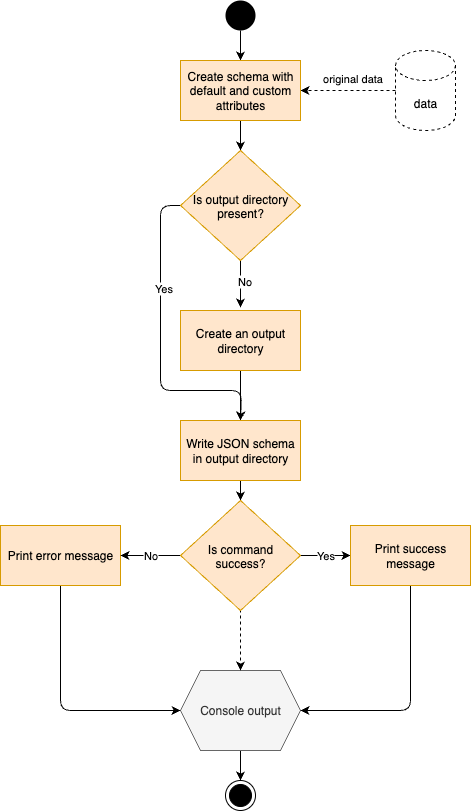
This is dim/documentation/source/_static/swa/dynamic/schema.drawio.png from esrlabs/dox, a draw.io export, as it was before one commit. Source tidied: cells renumbered, new cells last; positions are measured from the earlier drawing's top-left corner, leaving out a move shared by most shapes.
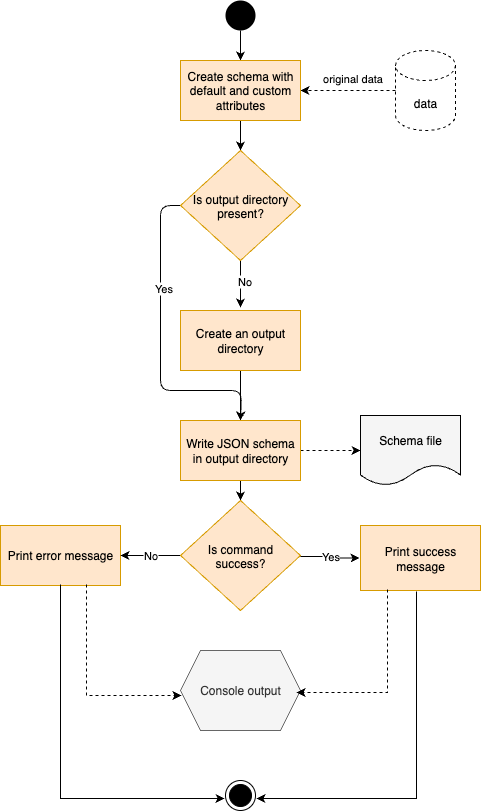
The same file after the commit.

Commit message:
Add schema files element in diagram

What changed in the source:
```diff
@@ -51,18 +51,9 @@
     <mxCell id="14" value="Is output directory&#10;present?" style="rhombus;fillColor=#ffe6cc;strokeColor=#d79b00;rounded=0;fontStyle=0;" parent="1" vertex="1">
       <mxGeometry x="180" y="150" width="120" height="110" as="geometry" />
     </mxCell>
-    <mxCell id="15" style="edgeStyle=orthogonalEdgeStyle;rounded=0;jettySize=auto;html=1;entryX=0.5;entryY=0;entryDx=0;entryDy=0;" parent="1" edge="1" source="16" target="4">
-      <mxGeometry relative="1" as="geometry" />
-    </mxCell>
     <mxCell id="16" value="Console output" style="shape=hexagon;perimeter=hexagonPerimeter2;whiteSpace=wrap;html=1;fixedSize=1;fillColor=#f5f5f5;fontColor=#333333;strokeColor=#666666;" parent="1" vertex="1">
-      <mxGeometry x="180" y="670" width="120" height="80" as="geometry" />
+      <mxGeometry x="180" y="650" width="120" height="80" as="geometry" />
     </mxCell>
-    <mxCell id="17" style="edgeStyle=orthogonalEdgeStyle;rounded=0;jettySize=auto;html=1;dashed=1;" parent="1" edge="1" source="19" target="16">
-      <mxGeometry relative="1" as="geometry" />
-    </mxCell>
-    <mxCell id="18" style="edgeStyle=orthogonalEdgeStyle;rounded=1;jettySize=auto;html=1;exitX=0.5;exitY=1;exitDx=0;exitDy=0;entryX=0;entryY=0.5;entryDx=0;entryDy=0;curved=0;" parent="1" edge="1" source="19" target="16">
-      <mxGeometry relative="1" as="geometry" />
-    </mxCell>
     <mxCell id="19" value="Print error message" style="rounded=0;whiteSpace=wrap;html=1;fillColor=#ffe6cc;strokeColor=#d79b00;fontStyle=0;" parent="1" vertex="1">
       <mxGeometry y="525" width="120" height="60" as="geometry" />
     </mxCell>
@@ -77,23 +68,42 @@
     <mxCell id="22" style="edgeStyle=orthogonalEdgeStyle;rounded=0;jettySize=auto;html=1;exitX=0.5;exitY=1;exitDx=0;exitDy=0;entryX=0.5;entryY=0;entryDx=0;entryDy=0;" parent="1" edge="1" source="23" target="26">
       <mxGeometry relative="1" as="geometry" />
     </mxCell>
+    <mxCell id="29" style="edgeStyle=orthogonalEdgeStyle;rounded=0;jettySize=auto;html=1;exitX=1;exitY=0.5;exitDx=0;exitDy=0;entryX=0;entryY=0.5;entryDx=0;entryDy=0;dashed=1;" parent="1" edge="1" source="23" target="30">
+      <mxGeometry relative="1" as="geometry" />
+    </mxCell>
     <mxCell id="23" value="Write JSON schema in output directory" style="rounded=0;whiteSpace=wrap;html=1;fillColor=#ffe6cc;strokeColor=#d79b00;fontStyle=0;" parent="1" vertex="1">
       <mxGeometry x="180" y="420" width="120" height="60" as="geometry" />
     </mxCell>
     <mxCell id="24" value="No" style="edgeStyle=orthogonalEdgeStyle;rounded=0;jettySize=auto;html=1;exitX=0;exitY=0.5;exitDx=0;exitDy=0;entryX=1;entryY=0.5;entryDx=0;entryDy=0;" parent="1" edge="1" source="26" target="19">
       <mxGeometry relative="1" as="geometry" />
     </mxCell>
-    <mxCell id="25" value="Yes" style="edgeStyle=orthogonalEdgeStyle;rounded=0;jettySize=auto;html=1;exitX=1;exitY=0.5;exitDx=0;exitDy=0;entryX=0;entryY=0.5;entryDx=0;entryDy=0;" parent="1" edge="1" source="26" target="28">
+    <mxCell id="25" value="Yes" style="edgeStyle=orthogonalEdgeStyle;rounded=0;jettySize=auto;html=1;exitX=1;exitY=0.509;exitDx=0;exitDy=0;entryX=-0.008;entryY=0.5;entryDx=0;entryDy=0;exitPerimeter=0;entryPerimeter=0;" parent="1" edge="1" source="26" target="28">
       <mxGeometry relative="1" as="geometry" />
     </mxCell>
     <mxCell id="26" value="Is command&#10;success?" style="rhombus;fillColor=#ffe6cc;strokeColor=#d79b00;rounded=0;fontStyle=0;" parent="1" vertex="1">
       <mxGeometry x="180" y="500" width="120" height="110" as="geometry" />
     </mxCell>
+    <mxCell id="28" value="Print success message" style="rounded=0;whiteSpace=wrap;html=1;fillColor=#ffe6cc;strokeColor=#d79b00;fontStyle=0;" parent="1" vertex="1">
+      <mxGeometry x="360" y="525" width="120" height="65" as="geometry" />
+    </mxCell>
+    <mxCell id="30" value="Schema file" style="shape=document;whiteSpace=wrap;html=1;boundedLbl=1;fillColor=light-dark(#f5f5f5, #ededed);" parent="1" vertex="1">
+      <mxGeometry x="360" y="415" width="100" height="70" as="geometry" />
+    </mxCell>
+    <mxCell id="31" style="edgeStyle=orthogonalEdgeStyle;rounded=0;jettySize=auto;html=1;entryX=1.033;entryY=0.6;entryDx=0;entryDy=0;entryPerimeter=0;exitX=0.467;exitY=1.015;exitDx=0;exitDy=0;exitPerimeter=0;" parent="1" edge="1" source="28" target="4">
+      <mxGeometry relative="1" as="geometry" />
+    </mxCell>
+    <mxCell id="32" style="edgeStyle=orthogonalEdgeStyle;rounded=0;jettySize=auto;html=1;entryX=-0.033;entryY=0.6;entryDx=0;entryDy=0;entryPerimeter=0;exitX=0.5;exitY=0.983;exitDx=0;exitDy=0;exitPerimeter=0;" parent="1" edge="1" source="19" target="4">
+      <mxGeometry relative="1" as="geometry" />
+    </mxCell>
+    <mxCell id="33" style="edgeStyle=orthogonalEdgeStyle;rounded=0;jettySize=auto;html=1;entryX=0.008;entryY=0.563;entryDx=0;entryDy=0;entryPerimeter=0;exitX=0.717;exitY=0.983;exitDx=0;exitDy=0;exitPerimeter=0;dashed=1;" parent="1" edge="1" source="19" target="16">
+      <mxGeometry relative="1" as="geometry" />
+    </mxCell>
-    <mxCell id="27" style="edgeStyle=orthogonalEdgeStyle;rounded=1;jettySize=auto;html=1;exitX=0.5;exitY=1;exitDx=0;exitDy=0;entryX=1;entryY=0.5;entryDx=0;entryDy=0;curved=0;" parent="1" edge="1" source="28" target="16">
-      <mxGeometry relative="1" as="geometry" />
+    <mxCell id="27" style="edgeStyle=orthogonalEdgeStyle;rounded=0;jettySize=auto;html=1;entryX=0.967;entryY=0.525;entryDx=0;entryDy=0;entryPerimeter=0;exitX=0.225;exitY=0.985;exitDx=0;exitDy=0;exitPerimeter=0;dashed=1;" parent="1" edge="1" source="28" target="16">
+      <mxGeometry relative="1" as="geometry">
+        <Array as="points">
+          <mxPoint x="387" y="692" />
+        </Array>
+      </mxGeometry>
     </mxCell>
-    <mxCell id="28" value="Print success message" style="rounded=0;whiteSpace=wrap;html=1;fillColor=#ffe6cc;strokeColor=#d79b00;fontStyle=0;" parent="1" vertex="1">
-      <mxGeometry x="350" y="525" width="120" height="60" as="geometry" />
-    </mxCell>
   </root>
 </mxGraphModel>
```
